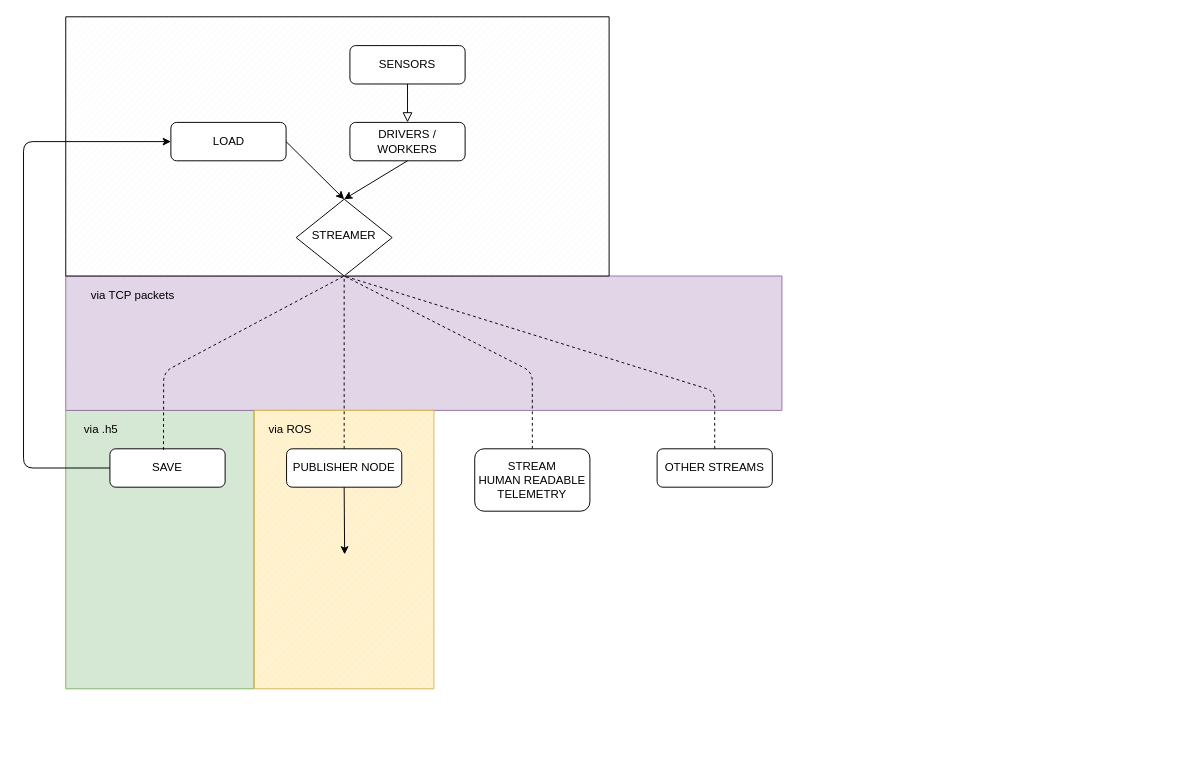
Earlier version of the draw.io diagram diagram_sketch.drawio (nemodrive/hardware_driver). Source tidied: cells renumbered, new cells numbered last; positions are measured from the earlier drawing's top-left corner, leaving out a move shared by most shapes. Both pictures are drawn from the tidied source at 96%, with x=0, y=0 at pixel (23, 16).
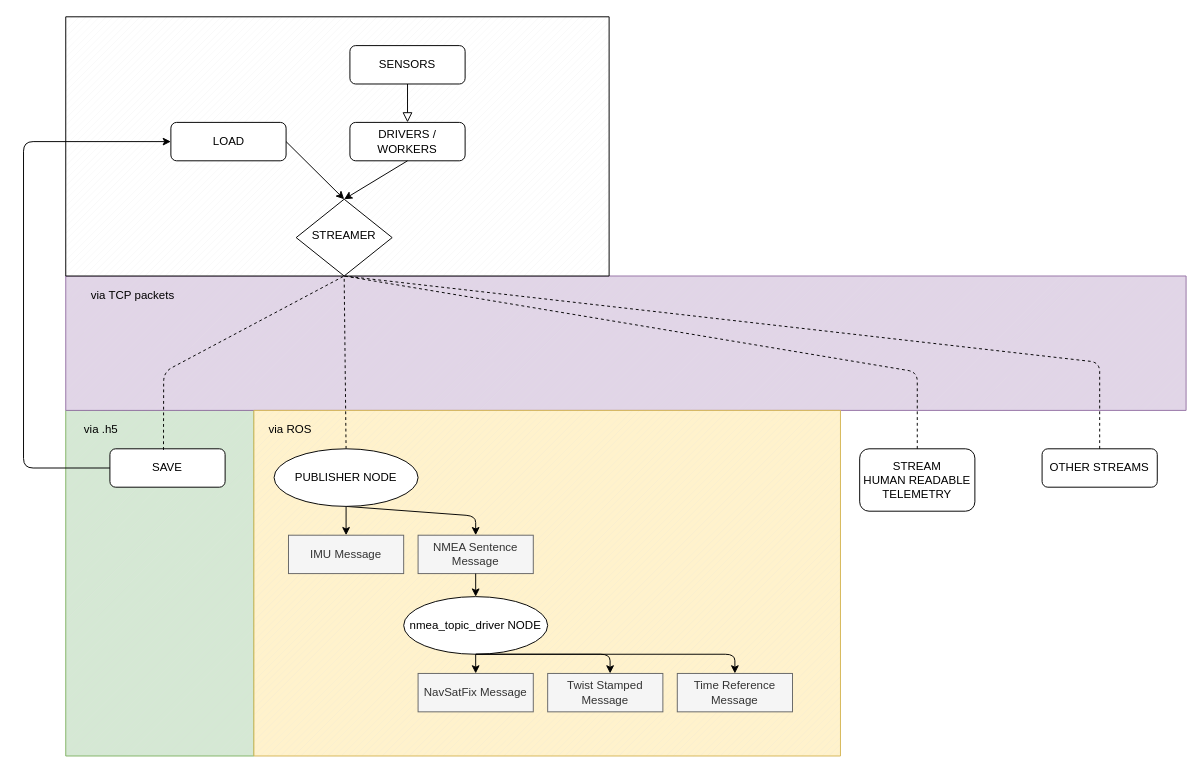
After the change.

Commit message (it also covers changes not shown here):
can now send nmea msg & qol improvements

Unchanged cells that the change refers to:
```xml
<mxCell id="12" value="STREAMER" style="rhombus;whiteSpace=wrap;html=1;shadow=0;fontFamily=Helvetica;fontSize=12;align=center;strokeWidth=1;spacing=6;spacingTop=-4;" parent="1" vertex="1">
  <mxGeometry x="284" y="190" width="100" height="80" as="geometry" />
</mxCell>
```

The edit, as a diff of the source:
```diff
@@
     <mxCell id="2" style="verticalLabelPosition=bottom;verticalAlign=top;html=1;shape=mxgraph.basic.patternFillRect;fillStyle=diag;step=5;fillStrokeWidth=0.2;fillStrokeColor=#dddddd;fillColor=#d5e8d4;strokeColor=#82b366;shadow=0;" parent="1" vertex="1">
-      <mxGeometry x="44" y="410" width="196" height="290" as="geometry" />
+      <mxGeometry x="44" y="410" width="196" height="360" as="geometry" />
     </mxCell>
     <mxCell id="3" style="verticalLabelPosition=bottom;verticalAlign=top;html=1;shape=mxgraph.basic.patternFillRect;fillStyle=diag;step=5;fillStrokeWidth=0.2;fillStrokeColor=#dddddd;fillColor=#e1d5e7;strokeColor=#9673a6;shadow=0;" parent="1" vertex="1">
-      <mxGeometry x="44" y="270" width="746" height="140" as="geometry" />
+      <mxGeometry x="44" y="270" width="1167" height="140" as="geometry" />
     </mxCell>
     <mxCell id="4" style="verticalLabelPosition=bottom;verticalAlign=top;html=1;shape=mxgraph.basic.patternFillRect;fillStyle=diag;step=5;fillStrokeWidth=0.2;fillStrokeColor=#dddddd;fillColor=#fff2cc;strokeColor=#d6b656;shadow=0;" parent="1" vertex="1">
-      <mxGeometry x="240.5" y="410" width="187" height="290" as="geometry" />
+      <mxGeometry x="240" y="410" width="611" height="360" as="geometry" />
     </mxCell>
@@
     <mxCell id="9" value="&lt;div&gt;STREAM &lt;br&gt;&lt;/div&gt;&lt;div&gt;HUMAN READABLE&lt;/div&gt;&lt;div&gt;TELEMETRY&lt;br&gt;&lt;/div&gt;" style="rounded=1;whiteSpace=wrap;html=1;fontSize=12;glass=0;strokeWidth=1;shadow=0;" parent="1" vertex="1">
-      <mxGeometry x="470" y="450" width="120" height="65" as="geometry" />
+      <mxGeometry x="871" y="450" width="120" height="65" as="geometry" />
     </mxCell>
-    <mxCell id="10" value="PUBLISHER NODE" style="rounded=1;whiteSpace=wrap;html=1;fontSize=12;glass=0;strokeWidth=1;shadow=0;" parent="1" vertex="1">
-      <mxGeometry x="274" y="450" width="120" height="40" as="geometry" />
-    </mxCell>
     <mxCell id="11" value="OTHER STREAMS" style="rounded=1;whiteSpace=wrap;html=1;fontSize=12;glass=0;strokeWidth=1;shadow=0;" parent="1" vertex="1">
-      <mxGeometry x="660" y="450" width="120" height="40" as="geometry" />
+      <mxGeometry x="1061" y="450" width="120" height="40" as="geometry" />
     </mxCell>
@@
-    <mxCell id="20" style="endArrow=classic;html=1;exitX=0.5;exitY=1;exitDx=0;exitDy=0;" parent="1" edge="1" source="10">
-      <mxGeometry relative="1" as="geometry">
-        <mxPoint x="334.5" y="560" as="targetPoint" />
-      </mxGeometry>
-    </mxCell>
@@
     <mxCell id="22" style="endArrow=none;dashed=1;html=1;exitX=0.5;exitY=0;exitDx=0;exitDy=0;entryX=0.5;entryY=1;entryDx=0;entryDy=0;" parent="1" edge="1" source="9" target="12">
       <mxGeometry relative="1" as="geometry">
         <Array as="points">
-          <mxPoint x="530" y="370" />
+          <mxPoint x="931" y="370" />
         </Array>
       </mxGeometry>
     </mxCell>
@@
     <mxCell id="24" style="endArrow=none;dashed=1;html=1;exitX=0.5;exitY=0;exitDx=0;exitDy=0;" parent="1" edge="1" source="11">
       <mxGeometry relative="1" as="geometry">
         <mxPoint x="334" y="270" as="targetPoint" />
         <Array as="points">
-          <mxPoint x="720" y="390" />
+          <mxPoint x="1121" y="360" />
         </Array>
       </mxGeometry>
     </mxCell>
@@
+    <mxCell id="26" value="IMU Message" style="rounded=0;whiteSpace=wrap;html=1;fontSize=12;glass=0;strokeWidth=1;shadow=0;fillColor=#f5f5f5;strokeColor=#666666;fontColor=#333333;" parent="1" vertex="1">
+      <mxGeometry x="276" y="540" width="120" height="40" as="geometry" />
+    </mxCell>
+    <mxCell id="27" style="endArrow=classic;html=1;exitX=0.5;exitY=1;exitDx=0;exitDy=0;entryX=0.5;entryY=0;entryDx=0;entryDy=0;" parent="1" edge="1" source="10" target="26">
+      <mxGeometry relative="1" as="geometry" />
+    </mxCell>
+    <mxCell id="28" value="NMEA Sentence Message" style="rounded=0;whiteSpace=wrap;html=1;fontSize=12;glass=0;strokeWidth=1;shadow=0;fillColor=#f5f5f5;strokeColor=#666666;fontColor=#333333;" parent="1" vertex="1">
+      <mxGeometry x="411" y="540" width="120" height="40" as="geometry" />
+    </mxCell>
+    <mxCell id="29" style="endArrow=classic;html=1;exitX=0.5;exitY=1;exitDx=0;exitDy=0;entryX=0.5;entryY=0;entryDx=0;entryDy=0;" parent="1" edge="1" source="10" target="28">
+      <mxGeometry relative="1" as="geometry">
+        <Array as="points">
+          <mxPoint x="471" y="520" />
+        </Array>
+      </mxGeometry>
+    </mxCell>
+    <mxCell id="10" value="PUBLISHER NODE" style="ellipse;whiteSpace=wrap;html=1;rounded=0;" parent="1" vertex="1">
+      <mxGeometry x="261" y="450" width="150" height="60" as="geometry" />
+    </mxCell>
+    <mxCell id="30" value="nmea_topic_driver NODE" style="ellipse;whiteSpace=wrap;html=1;rounded=0;" parent="1" vertex="1">
+      <mxGeometry x="396" y="604" width="150" height="60" as="geometry" />
+    </mxCell>
+    <mxCell id="31" style="endArrow=classic;html=1;exitX=0.5;exitY=1;exitDx=0;exitDy=0;entryX=0.5;entryY=0;entryDx=0;entryDy=0;" parent="1" edge="1" source="28" target="30">
+      <mxGeometry relative="1" as="geometry" />
+    </mxCell>
+    <mxCell id="32" value="NavSatFix Message" style="rounded=0;whiteSpace=wrap;html=1;fontSize=12;glass=0;strokeWidth=1;shadow=0;fillColor=#f5f5f5;strokeColor=#666666;fontColor=#333333;" parent="1" vertex="1">
+      <mxGeometry x="411" y="684" width="120" height="40" as="geometry" />
+    </mxCell>
+    <mxCell id="33" value="Twist Stamped Message" style="rounded=0;whiteSpace=wrap;html=1;fontSize=12;glass=0;strokeWidth=1;shadow=0;fillColor=#f5f5f5;strokeColor=#666666;fontColor=#333333;" parent="1" vertex="1">
+      <mxGeometry x="546" y="684" width="120" height="40" as="geometry" />
+    </mxCell>
+    <mxCell id="34" value="Time Reference Message" style="rounded=0;whiteSpace=wrap;html=1;fontSize=12;glass=0;strokeWidth=1;shadow=0;fillColor=#f5f5f5;strokeColor=#666666;fontColor=#333333;" parent="1" vertex="1">
+      <mxGeometry x="681" y="684" width="120" height="40" as="geometry" />
+    </mxCell>
+    <mxCell id="35" style="endArrow=classic;html=1;exitX=0.5;exitY=1;exitDx=0;exitDy=0;entryX=0.5;entryY=0;entryDx=0;entryDy=0;" parent="1" edge="1" source="30" target="32">
+      <mxGeometry relative="1" as="geometry" />
+    </mxCell>
+    <mxCell id="36" style="endArrow=classic;html=1;exitX=0.5;exitY=1;exitDx=0;exitDy=0;entryX=0.542;entryY=0;entryDx=0;entryDy=0;entryPerimeter=0;" parent="1" edge="1" source="30" target="33">
+      <mxGeometry relative="1" as="geometry">
+        <Array as="points">
+          <mxPoint x="611" y="664" />
+        </Array>
+      </mxGeometry>
+    </mxCell>
+    <mxCell id="37" style="endArrow=classic;html=1;exitX=0.5;exitY=1;exitDx=0;exitDy=0;entryX=0.5;entryY=0;entryDx=0;entryDy=0;" parent="1" edge="1" source="30" target="34">
+      <mxGeometry relative="1" as="geometry">
+        <Array as="points">
+          <mxPoint x="741" y="664" />
+        </Array>
+      </mxGeometry>
+    </mxCell>
```
